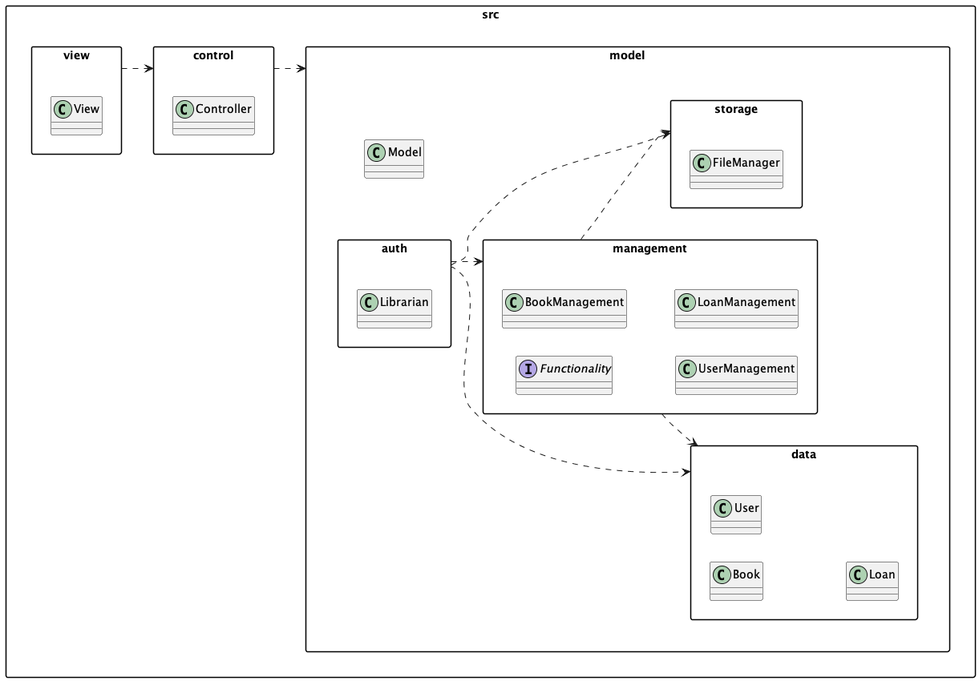
Above: gruppo14BibliotecaUniversitaria/uml/PackageDiagram.png in brunooliva7/Project-Ingegneria-del-Software14 (PlantUML), before the change.
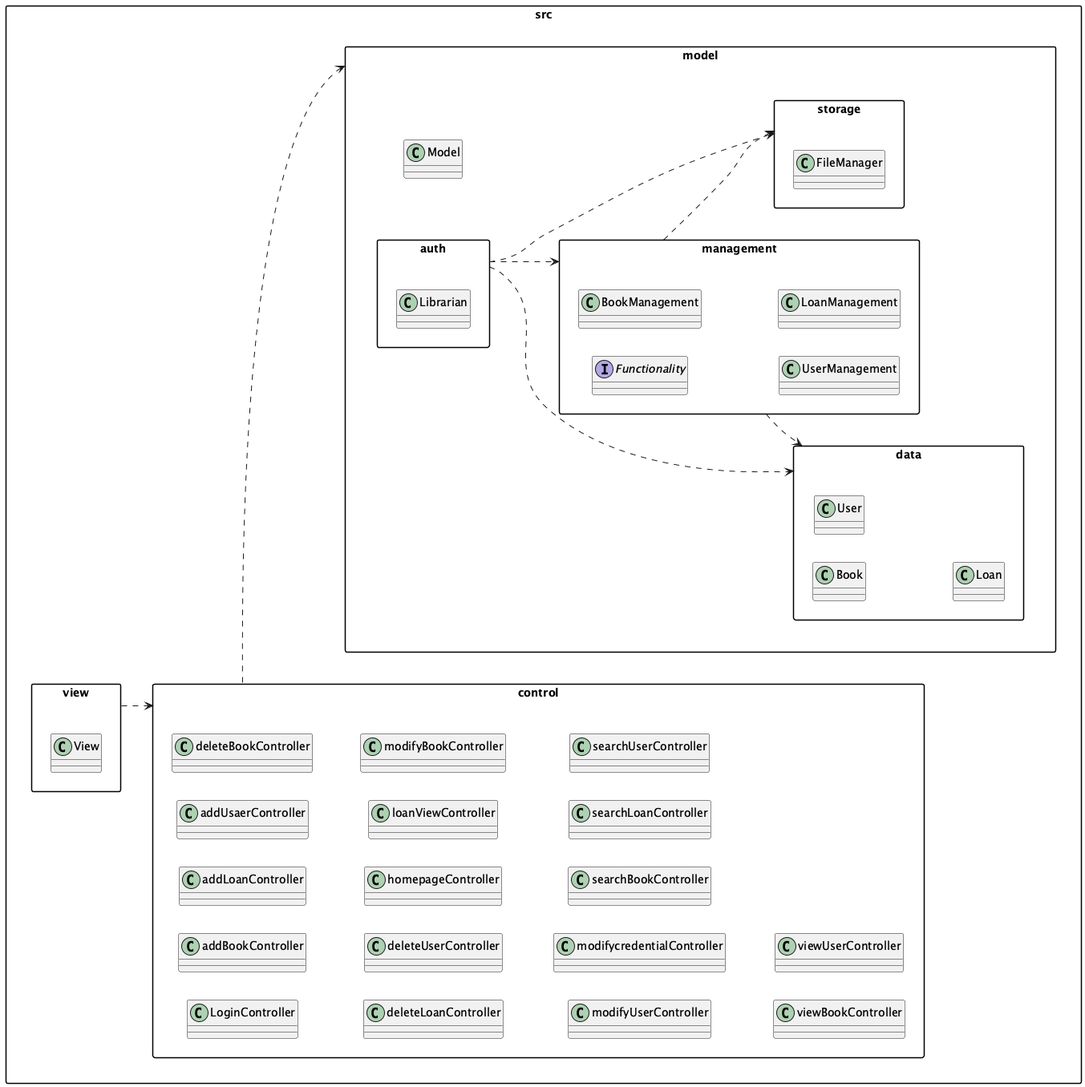
The same file after the commit.

Change to the diagram source:
```diff
@@ -4,38 +4,54 @@
 
 
 package "src"{
-  package "model" {
-    package "data" {
-    class Book
-    class User
-    class Loan
+    package "model" {
+        package "data" {
+            class Book
+            class User
+            class Loan
+        }
+
+        package "management" {
+            interface Functionality
+            class BookManagement
+            class UserManagement
+            class LoanManagement
+        }
+
+        package "auth" {
+            class Librarian
+        }
+
+        package "storage" {
+            class FileManager
+        }
+
+        class Model
+}
+
+    package "view" {
+        class View
     }
 
-    package "management" {
-      interface Functionality
-      class BookManagement
-      class UserManagement
-      class LoanManagement
+    package "control" {
+        class LoginController
+        class addBookController
+        class addLoanController
+        class addUsaerController
+        class deleteBookController
+        class deleteLoanController
+        class deleteUserController
+        class homepageController
+        class loanViewController
+        class modifyBookController
+        class modifyUserController
+        class modifycredentialController
+        class searchBookController
+        class searchLoanController
+        class searchUserController
+        class viewBookController
+        class viewUserController
     }
-
-    package "auth" {
-      class Librarian
-    }
-
-    package "storage" {
-      class FileManager
-    }
-
-    class Model
-}
-
-  package "view" {
-    class View
-  }
-
-  package "control" {
-    class Controller
-  }
 
 view ..> control
 control ..> model
```
